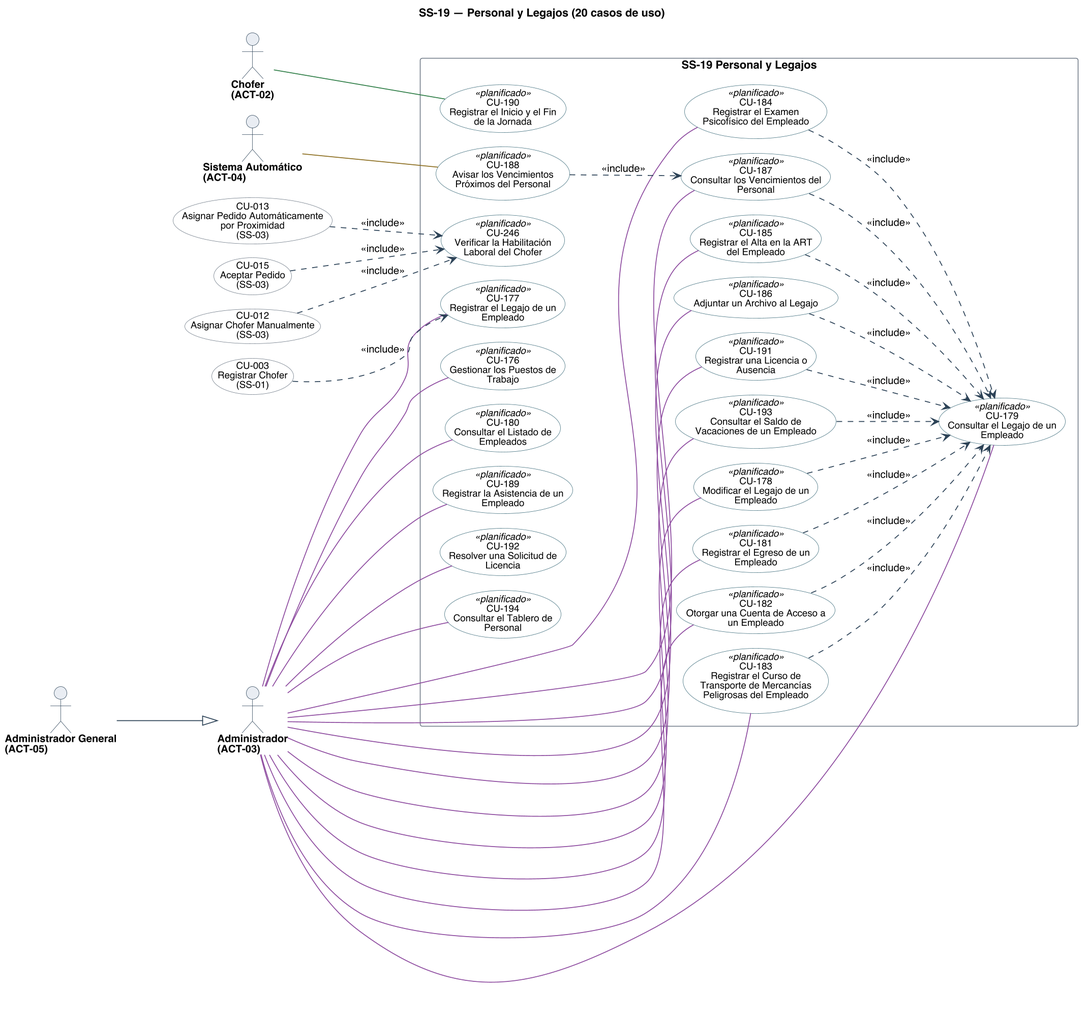
This is diagramas/uml/CU_SS-19_Personal-Y-Legajos.png from Nahuelito-Dev/splg-docs, a PlantUML export, as it was before one commit. The source it was exported from:
```plantuml
@startuml
title SS-19 — Personal y Legajos (20 casos de uso)
left to right direction
skinparam backgroundColor #FFFFFF
skinparam shadowing false
skinparam defaultFontName Helvetica
skinparam defaultFontSize 13
skinparam dpi 150
skinparam ArrowColor #2C4257
skinparam ArrowThickness 1.1
skinparam actor {
  BorderColor #2C4257
  BackgroundColor #E8EDF2
  FontSize 13
  FontStyle bold
}
skinparam usecase {
  BorderColor #2C4257
  BackgroundColor #FFFFFF
  FontSize 12
}
skinparam rectangle {
  BorderColor #6B7683
  FontSize 14
  FontStyle bold
}

skinparam nodesep 18
skinparam ranksep 70
skinparam usecase {
  BorderColor<<planificado>> #9C4436
  BackgroundColor<<planificado>> #F6E4E1
  BorderColor<<factorizado>> #6B7683
  BackgroundColor<<factorizado>> #F2F4F6
}

actor "Chofer\n(ACT-02)" as A02
actor "Administrador\n(ACT-03)" as A03
actor "Sistema Automático\n(ACT-04)" as A04
actor "Administrador General\n(ACT-05)" as A05

rectangle "SS-19 Personal y Legajos" {
  usecase "CU-176\nGestionar los Puestos de\nTrabajo" as U176 <<planificado>> #back:FFFFFF;line:3D6B7A
  usecase "CU-177\nRegistrar el Legajo de un\nEmpleado" as U177 <<planificado>> #back:FFFFFF;line:3D6B7A
  usecase "CU-178\nModificar el Legajo de un\nEmpleado" as U178 <<planificado>> #back:FFFFFF;line:3D6B7A
  usecase "CU-179\nConsultar el Legajo de un\nEmpleado" as U179 <<planificado>> #back:FFFFFF;line:3D6B7A
  usecase "CU-180\nConsultar el Listado de\nEmpleados" as U180 <<planificado>> #back:FFFFFF;line:3D6B7A
  usecase "CU-181\nRegistrar el Egreso de un\nEmpleado" as U181 <<planificado>> #back:FFFFFF;line:3D6B7A
  usecase "CU-182\nOtorgar una Cuenta de Acceso a\nun Empleado" as U182 <<planificado>> #back:FFFFFF;line:3D6B7A
  usecase "CU-183\nRegistrar el Curso de\nTransporte de Mercancías\nPeligrosas del Empleado" as U183 <<planificado>> #back:FFFFFF;line:3D6B7A
  usecase "CU-184\nRegistrar el Examen\nPsicofísico del Empleado" as U184 <<planificado>> #back:FFFFFF;line:3D6B7A
  usecase "CU-185\nRegistrar el Alta en la ART\ndel Empleado" as U185 <<planificado>> #back:FFFFFF;line:3D6B7A
  usecase "CU-186\nAdjuntar un Archivo al Legajo" as U186 <<planificado>> #back:FFFFFF;line:3D6B7A
  usecase "CU-187\nConsultar los Vencimientos del\nPersonal" as U187 <<planificado>> #back:FFFFFF;line:3D6B7A
  usecase "CU-188\nAvisar los Vencimientos\nPróximos del Personal" as U188 <<planificado>> #back:FFFFFF;line:3D6B7A
  usecase "CU-189\nRegistrar la Asistencia de un\nEmpleado" as U189 <<planificado>> #back:FFFFFF;line:3D6B7A
  usecase "CU-190\nRegistrar el Inicio y el Fin\nde la Jornada" as U190 <<planificado>> #back:FFFFFF;line:3D6B7A
  usecase "CU-191\nRegistrar una Licencia o\nAusencia" as U191 <<planificado>> #back:FFFFFF;line:3D6B7A
  usecase "CU-192\nResolver una Solicitud de\nLicencia" as U192 <<planificado>> #back:FFFFFF;line:3D6B7A
  usecase "CU-193\nConsultar el Saldo de\nVacaciones de un Empleado" as U193 <<planificado>> #back:FFFFFF;line:3D6B7A
  usecase "CU-194\nConsultar el Tablero de\nPersonal" as U194 <<planificado>> #back:FFFFFF;line:3D6B7A
  usecase "CU-246\nVerificar la Habilitación\nLaboral del Chofer" as U246 <<planificado>> #back:FFFFFF;line:3D6B7A
}

usecase "CU-003\nRegistrar Chofer\n(SS-01)" as U003 #back:FFFFFF;line:6B7683
usecase "CU-012\nAsignar Chofer Manualmente\n(SS-03)" as U012 #back:FFFFFF;line:6B7683
usecase "CU-013\nAsignar Pedido Automáticamente\npor Proximidad\n(SS-03)" as U013 #back:FFFFFF;line:6B7683
usecase "CU-015\nAceptar Pedido\n(SS-03)" as U015 #back:FFFFFF;line:6B7683

A02 -[#2E7D46]- U190
A03 -[#8C4A9E]- U176
A03 -[#8C4A9E]- U177
A03 -[#8C4A9E]- U178
A03 -[#8C4A9E]- U179
A03 -[#8C4A9E]- U180
A03 -[#8C4A9E]- U181
A03 -[#8C4A9E]- U182
A03 -[#8C4A9E]- U183
A03 -[#8C4A9E]- U184
A03 -[#8C4A9E]- U185
A03 -[#8C4A9E]- U186
A03 -[#8C4A9E]- U187
A03 -[#8C4A9E]- U189
A03 -[#8C4A9E]- U191
A03 -[#8C4A9E]- U192
A03 -[#8C4A9E]- U193
A03 -[#8C4A9E]- U194
A04 -[#8A6D1F]- U188
A05 --|> A03

U178 ..> U179 : <<include>>
U181 ..> U179 : <<include>>
U182 ..> U179 : <<include>>
U183 ..> U179 : <<include>>
U184 ..> U179 : <<include>>
U185 ..> U179 : <<include>>
U186 ..> U179 : <<include>>
U191 ..> U179 : <<include>>
U193 ..> U179 : <<include>>
U187 ..> U179 : <<include>>
U188 ..> U187 : <<include>>
U003 ..> U177 : <<include>>
U012 ..> U246 : <<include>>
U013 ..> U246 : <<include>>
U015 ..> U246 : <<include>>

@enduml
```
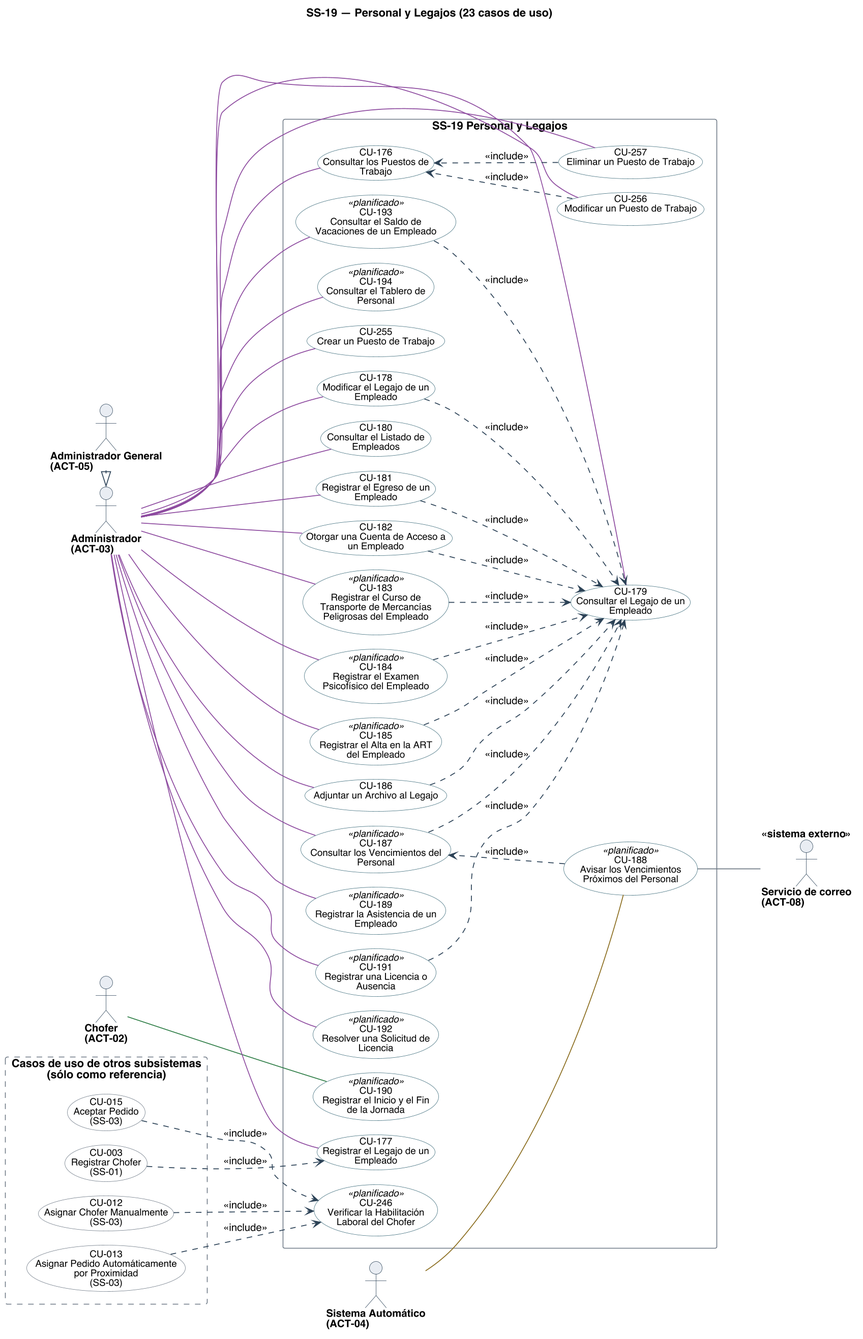
Later version of the same file.

Change to the diagram source:
```diff
@@ -1,5 +1,5 @@
 @startuml
-title SS-19 — Personal y Legajos (20 casos de uso)
+title SS-19 — Personal y Legajos (23 casos de uso)
 left to right direction
 skinparam backgroundColor #FFFFFF
 skinparam shadowing false
@@ -38,19 +38,20 @@
 actor "Administrador\n(ACT-03)" as A03
 actor "Sistema Automático\n(ACT-04)" as A04
 actor "Administrador General\n(ACT-05)" as A05
+actor "Servicio de correo\n(ACT-08)" as A08 <<sistema externo>>
 
 rectangle "SS-19 Personal y Legajos" {
-  usecase "CU-176\nGestionar los Puestos de\nTrabajo" as U176 <<planificado>> #back:FFFFFF;line:3D6B7A
-  usecase "CU-177\nRegistrar el Legajo de un\nEmpleado" as U177 <<planificado>> #back:FFFFFF;line:3D6B7A
-  usecase "CU-178\nModificar el Legajo de un\nEmpleado" as U178 <<planificado>> #back:FFFFFF;line:3D6B7A
-  usecase "CU-179\nConsultar el Legajo de un\nEmpleado" as U179 <<planificado>> #back:FFFFFF;line:3D6B7A
-  usecase "CU-180\nConsultar el Listado de\nEmpleados" as U180 <<planificado>> #back:FFFFFF;line:3D6B7A
-  usecase "CU-181\nRegistrar el Egreso de un\nEmpleado" as U181 <<planificado>> #back:FFFFFF;line:3D6B7A
-  usecase "CU-182\nOtorgar una Cuenta de Acceso a\nun Empleado" as U182 <<planificado>> #back:FFFFFF;line:3D6B7A
+  usecase "CU-176\nConsultar los Puestos de\nTrabajo" as U176 #back:FFFFFF;line:3D6B7A
+  usecase "CU-177\nRegistrar el Legajo de un\nEmpleado" as U177 #back:FFFFFF;line:3D6B7A
+  usecase "CU-178\nModificar el Legajo de un\nEmpleado" as U178 #back:FFFFFF;line:3D6B7A
+  usecase "CU-179\nConsultar el Legajo de un\nEmpleado" as U179 #back:FFFFFF;line:3D6B7A
+  usecase "CU-180\nConsultar el Listado de\nEmpleados" as U180 #back:FFFFFF;line:3D6B7A
+  usecase "CU-181\nRegistrar el Egreso de un\nEmpleado" as U181 #back:FFFFFF;line:3D6B7A
+  usecase "CU-182\nOtorgar una Cuenta de Acceso a\nun Empleado" as U182 #back:FFFFFF;line:3D6B7A
   usecase "CU-183\nRegistrar el Curso de\nTransporte de Mercancías\nPeligrosas del Empleado" as U183 <<planificado>> #back:FFFFFF;line:3D6B7A
   usecase "CU-184\nRegistrar el Examen\nPsicofísico del Empleado" as U184 <<planificado>> #back:FFFFFF;line:3D6B7A
   usecase "CU-185\nRegistrar el Alta en la ART\ndel Empleado" as U185 <<planificado>> #back:FFFFFF;line:3D6B7A
-  usecase "CU-186\nAdjuntar un Archivo al Legajo" as U186 <<planificado>> #back:FFFFFF;line:3D6B7A
+  usecase "CU-186\nAdjuntar un Archivo al Legajo" as U186 #back:FFFFFF;line:3D6B7A
   usecase "CU-187\nConsultar los Vencimientos del\nPersonal" as U187 <<planificado>> #back:FFFFFF;line:3D6B7A
   usecase "CU-188\nAvisar los Vencimientos\nPróximos del Personal" as U188 <<planificado>> #back:FFFFFF;line:3D6B7A
   usecase "CU-189\nRegistrar la Asistencia de un\nEmpleado" as U189 <<planificado>> #back:FFFFFF;line:3D6B7A
@@ -60,12 +61,17 @@
   usecase "CU-193\nConsultar el Saldo de\nVacaciones de un Empleado" as U193 <<planificado>> #back:FFFFFF;line:3D6B7A
   usecase "CU-194\nConsultar el Tablero de\nPersonal" as U194 <<planificado>> #back:FFFFFF;line:3D6B7A
   usecase "CU-246\nVerificar la Habilitación\nLaboral del Chofer" as U246 <<planificado>> #back:FFFFFF;line:3D6B7A
+  usecase "CU-255\nCrear un Puesto de Trabajo" as U255 #back:FFFFFF;line:3D6B7A
+  usecase "CU-256\nModificar un Puesto de Trabajo" as U256 #back:FFFFFF;line:3D6B7A
+  usecase "CU-257\nEliminar un Puesto de Trabajo" as U257 #back:FFFFFF;line:3D6B7A
 }
 
-usecase "CU-003\nRegistrar Chofer\n(SS-01)" as U003 #back:FFFFFF;line:6B7683
-usecase "CU-012\nAsignar Chofer Manualmente\n(SS-03)" as U012 #back:FFFFFF;line:6B7683
-usecase "CU-013\nAsignar Pedido Automáticamente\npor Proximidad\n(SS-03)" as U013 #back:FFFFFF;line:6B7683
-usecase "CU-015\nAceptar Pedido\n(SS-03)" as U015 #back:FFFFFF;line:6B7683
+rectangle "Casos de uso de otros subsistemas\n(sólo como referencia)" as OTROS #back:FFFFFF;line:6B7683;line.dashed {
+  usecase "CU-003\nRegistrar Chofer\n(SS-01)" as U003 #back:FFFFFF;line:6B7683
+  usecase "CU-012\nAsignar Chofer Manualmente\n(SS-03)" as U012 #back:FFFFFF;line:6B7683
+  usecase "CU-013\nAsignar Pedido Automáticamente\npor Proximidad\n(SS-03)" as U013 #back:FFFFFF;line:6B7683
+  usecase "CU-015\nAceptar Pedido\n(SS-03)" as U015 #back:FFFFFF;line:6B7683
+}
 
 A02 -[#2E7D46]- U190
 A03 -[#8C4A9E]- U176
@@ -85,8 +91,12 @@
 A03 -[#8C4A9E]- U192
 A03 -[#8C4A9E]- U193
 A03 -[#8C4A9E]- U194
+A03 -[#8C4A9E]- U255
+A03 -[#8C4A9E]- U256
+A03 -[#8C4A9E]- U257
 A04 -[#8A6D1F]- U188
-A05 --|> A03
+U188 -[#6B7683]- A08
+A05 -right-|> A03
 
 U178 ..> U179 : <<include>>
 U181 ..> U179 : <<include>>
@@ -99,9 +109,15 @@
 U193 ..> U179 : <<include>>
 U187 ..> U179 : <<include>>
 U188 ..> U187 : <<include>>
+U256 ..> U176 : <<include>>
+U257 ..> U176 : <<include>>
 U003 ..> U177 : <<include>>
 U012 ..> U246 : <<include>>
 U013 ..> U246 : <<include>>
 U015 ..> U246 : <<include>>
+U176 -[hidden]-> U256
+U176 -[hidden]-> U257
+U177 -[hidden]-> U003
+U187 -[hidden]-> U188
 
 @enduml
```
